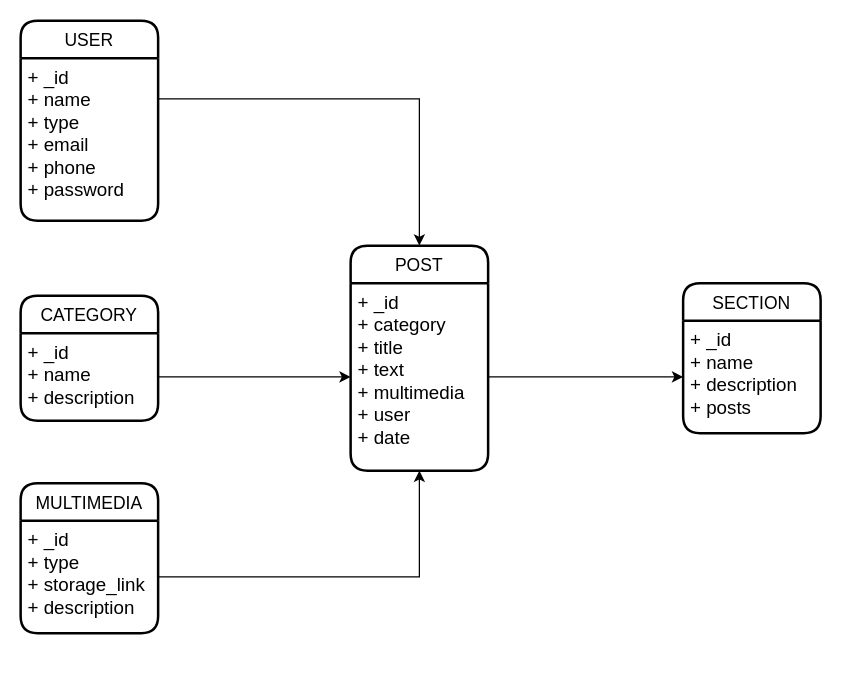
Earlier version of the draw.io diagram db-design/dbdiagram_v1.0.drawio (r2montero/webapp-tcu532-ucr). Source tidied: cells renumbered, new cells numbered last; positions are measured from the earlier drawing's top-left corner, leaving out a move shared by most shapes. Both pictures are drawn from the tidied source at 125%, with x=0, y=0 at pixel (20, 20).
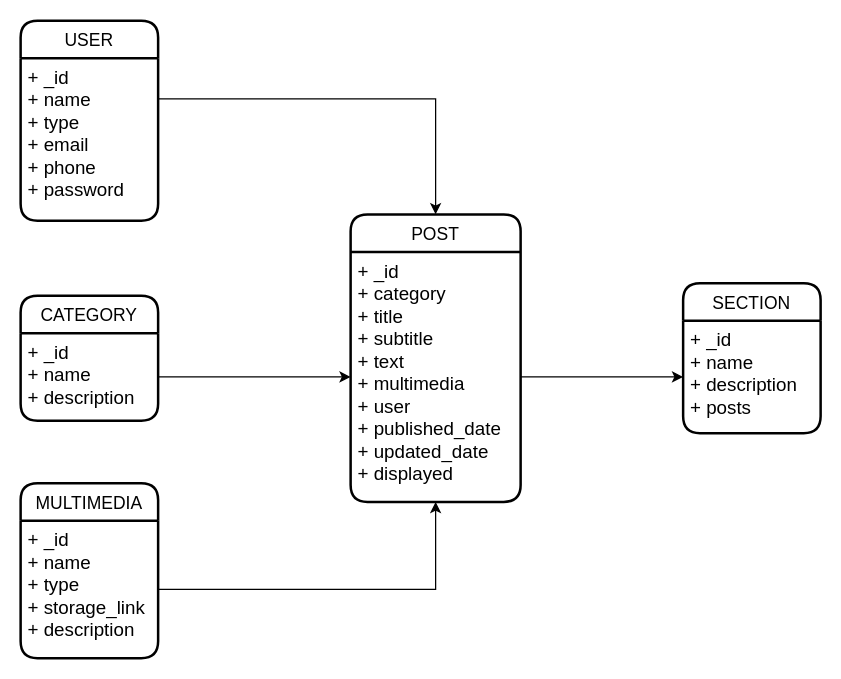
Above is the later version.

Change to the diagram source:
```diff
@@
 <mxGraphModel>
   <root>
     <mxCell id="0" />
     <mxCell id="1" parent="0" />
     <mxCell id="2" value="USER" style="swimlane;horizontal=1;startSize=30;rounded=1;fontSize=14;fontStyle=0;strokeWidth=2;shadow=0;dashed=0;align=center;fillColor=#FFFFFF;" parent="1" vertex="1">
       <mxGeometry width="110" height="160" as="geometry" />
     </mxCell>
     <mxCell id="3" value="+ _id&#10;+ name&#10;+ type&#10;+ email&#10;+ phone&#10;+ password" style="align=left;strokeColor=none;fillColor=none;spacingLeft=4;fontSize=15;verticalAlign=top;" parent="2" vertex="1">
       <mxGeometry y="30" width="110" height="130" as="geometry" />
     </mxCell>
     <mxCell id="4" value="POST" style="swimlane;horizontal=1;startSize=30;rounded=1;fontSize=14;fontStyle=0;strokeWidth=2;shadow=0;dashed=0;align=center;fillColor=#FFFFFF;" parent="1" vertex="1">
-      <mxGeometry x="264" y="180" width="110" height="180" as="geometry" />
+      <mxGeometry x="264" y="155" width="136" height="230" as="geometry" />
     </mxCell>
-    <mxCell id="5" value="+ _id&#10;+ category&#10;+ title&#10;+ text&#10;+ multimedia&#10;+ user&#10;+ date" style="align=left;strokeColor=none;fillColor=none;spacingLeft=4;fontSize=15;verticalAlign=top;" parent="4" vertex="1">
-      <mxGeometry y="30" width="110" height="150" as="geometry" />
+    <mxCell id="5" value="+ _id&#10;+ category&#10;+ title&#10;+ subtitle&#10;+ text&#10;+ multimedia&#10;+ user&#10;+ published_date&#10;+ updated_date&#10;+ displayed" style="align=left;strokeColor=none;fillColor=none;spacingLeft=4;fontSize=15;verticalAlign=top;" parent="4" vertex="1">
+      <mxGeometry y="30" width="136" height="200" as="geometry" />
     </mxCell>
     <mxCell id="6" value="MULTIMEDIA" style="swimlane;horizontal=1;startSize=30;rounded=1;fontSize=14;fontStyle=0;strokeWidth=2;shadow=0;dashed=0;align=center;fillColor=#FFFFFF;" parent="1" vertex="1">
-      <mxGeometry y="370" width="110" height="120" as="geometry" />
+      <mxGeometry y="370" width="110" height="140" as="geometry" />
     </mxCell>
-    <mxCell id="7" value="+ _id&#10;+ type&#10;+ storage_link&#10;+ description" style="align=left;strokeColor=none;fillColor=none;spacingLeft=4;fontSize=15;verticalAlign=top;" parent="6" vertex="1">
-      <mxGeometry y="30" width="110" height="90" as="geometry" />
+    <mxCell id="7" value="+ _id&#10;+ name&#10;+ type&#10;+ storage_link&#10;+ description" style="align=left;strokeColor=none;fillColor=none;spacingLeft=4;fontSize=15;verticalAlign=top;" parent="6" vertex="1">
+      <mxGeometry y="30" width="110" height="110" as="geometry" />
     </mxCell>
     <mxCell id="8" value="CATEGORY" style="swimlane;horizontal=1;startSize=30;rounded=1;fontSize=14;fontStyle=0;strokeWidth=2;shadow=0;dashed=0;align=center;fillColor=#FFFFFF;" parent="1" vertex="1">
       <mxGeometry y="220" width="110" height="100" as="geometry" />
     </mxCell>
     <mxCell id="9" value="+ _id&#10;+ name&#10;+ description" style="align=left;strokeColor=none;fillColor=none;spacingLeft=4;fontSize=15;verticalAlign=top;" parent="8" vertex="1">
       <mxGeometry y="30" width="110" height="70" as="geometry" />
     </mxCell>
     <mxCell id="10" value="SECTION" style="swimlane;horizontal=1;startSize=30;rounded=1;fontSize=14;fontStyle=0;strokeWidth=2;shadow=0;dashed=0;align=center;fillColor=#FFFFFF;" parent="1" vertex="1">
       <mxGeometry x="530" y="210" width="110" height="120" as="geometry" />
     </mxCell>
     <mxCell id="11" value="+ _id&#10;+ name&#10;+ description&#10;+ posts" style="align=left;strokeColor=none;fillColor=none;spacingLeft=4;fontSize=15;verticalAlign=top;" parent="10" vertex="1">
       <mxGeometry y="30" width="110" height="90" as="geometry" />
     </mxCell>
     <mxCell id="12" style="edgeStyle=orthogonalEdgeStyle;rounded=0;jettySize=auto;html=1;exitX=1;exitY=0.25;exitDx=0;exitDy=0;entryX=0.5;entryY=0;entryDx=0;entryDy=0;fontSize=15;" parent="1" edge="1" source="3" target="4">
       <mxGeometry relative="1" as="geometry" />
     </mxCell>
     <mxCell id="13" style="edgeStyle=orthogonalEdgeStyle;rounded=0;jettySize=auto;html=1;exitX=1;exitY=0.5;exitDx=0;exitDy=0;entryX=0;entryY=0.5;entryDx=0;entryDy=0;fontSize=15;" parent="1" edge="1" source="9" target="5">
       <mxGeometry relative="1" as="geometry" />
     </mxCell>
     <mxCell id="14" style="edgeStyle=orthogonalEdgeStyle;rounded=0;jettySize=auto;html=1;exitX=1;exitY=0.5;exitDx=0;exitDy=0;entryX=0.5;entryY=1;entryDx=0;entryDy=0;fontSize=15;" parent="1" edge="1" source="7" target="5">
       <mxGeometry relative="1" as="geometry" />
     </mxCell>
     <mxCell id="15" style="edgeStyle=orthogonalEdgeStyle;rounded=0;jettySize=auto;html=1;exitX=1;exitY=0.5;exitDx=0;exitDy=0;entryX=0;entryY=0.5;entryDx=0;entryDy=0;fontSize=15;" parent="1" edge="1" source="5" target="11">
       <mxGeometry relative="1" as="geometry" />
     </mxCell>
   </root>
 </mxGraphModel>
```
